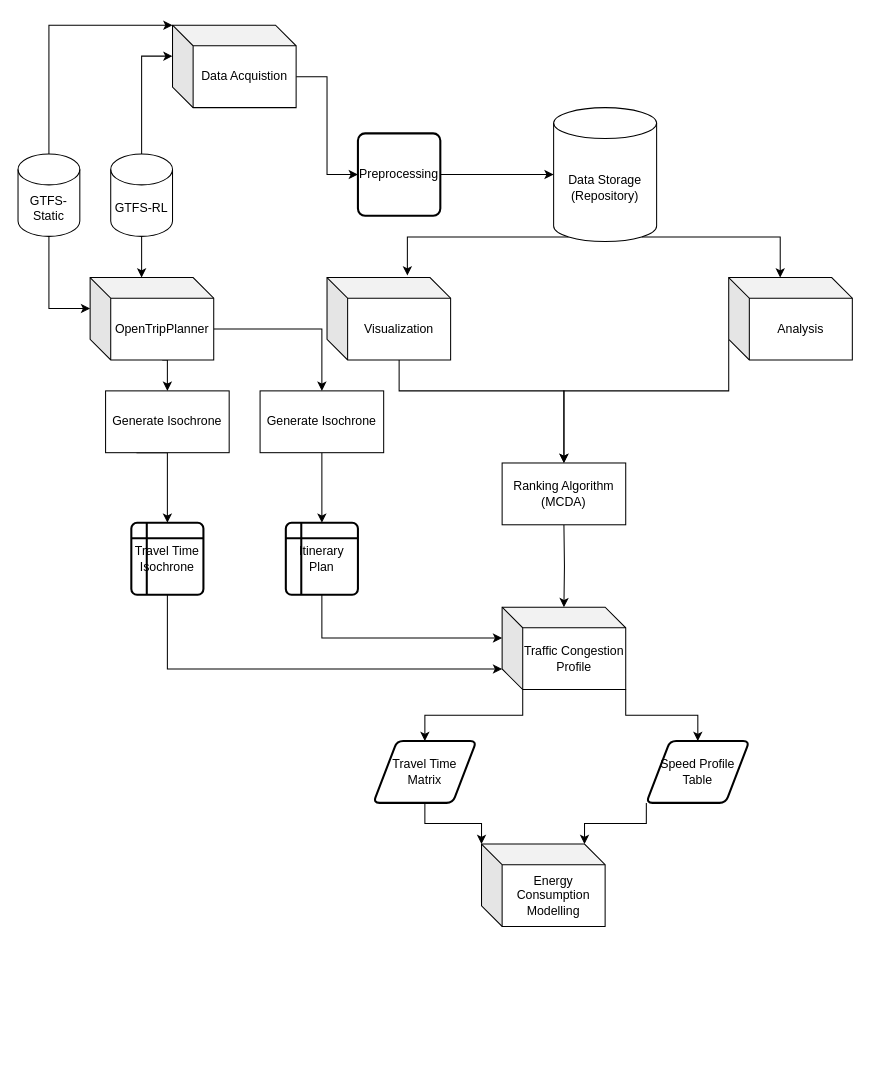
The draw.io diagram Traffic Congestion Profile.drawio in PJPDQ/Engineering-Workflows, before the edit. Source tidied: cells renumbered, new cells numbered last; positions are measured from the earlier drawing's top-left corner, leaving out a move shared by most shapes. Both pictures are drawn from the tidied source at 103%, with x=0, y=0 at pixel (18, 25).
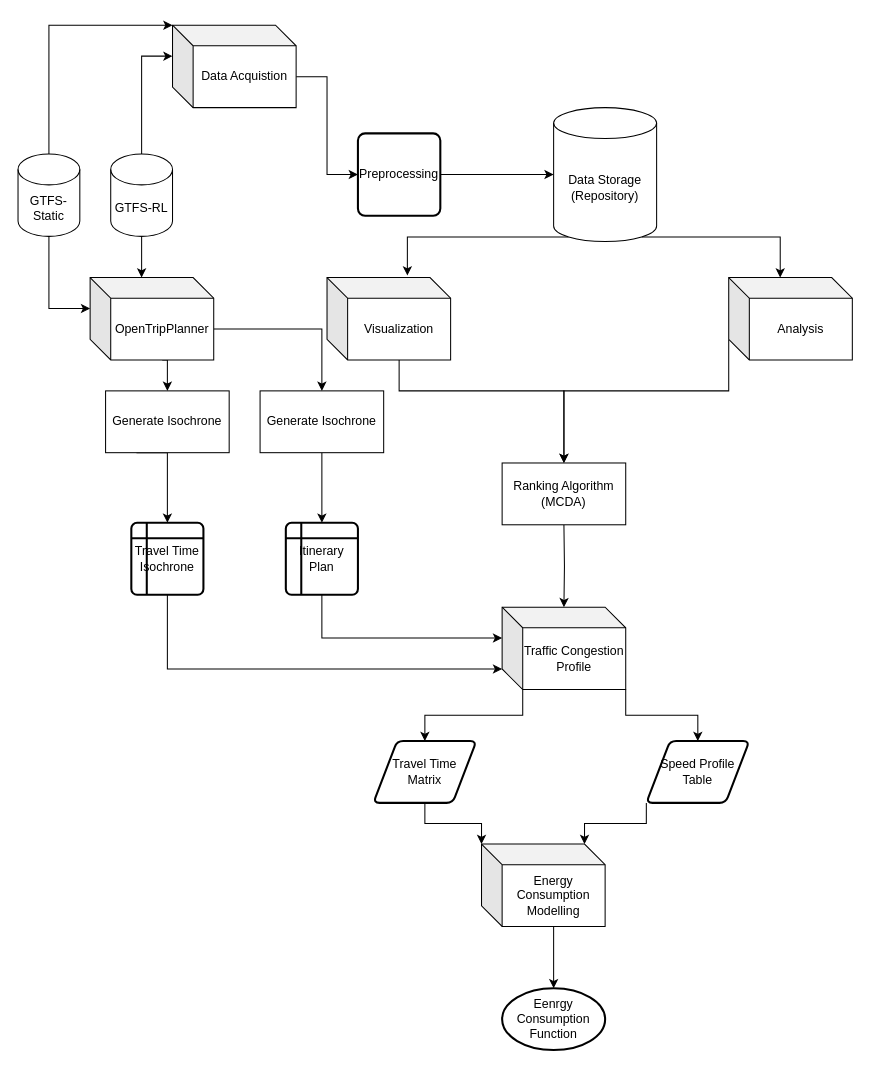
Above is the later version.

Unchanged cells that the change refers to:
```xml
<mxCell id="35" value="Energy Consumption Modelling" style="shape=cube;whiteSpace=wrap;html=1;boundedLbl=1;backgroundOutline=1;darkOpacity=0.05;darkOpacity2=0.1;" parent="1" vertex="1">
  <mxGeometry x="450" y="795" width="120" height="80" as="geometry" />
</mxCell>
```

Change to the diagram source:
```diff
@@
+    <mxCell id="40" style="edgeStyle=orthogonalEdgeStyle;rounded=0;jettySize=auto;html=1;exitX=0;exitY=0;exitDx=70;exitDy=80;exitPerimeter=0;entryX=0.5;entryY=0;entryDx=0;entryDy=0;entryPerimeter=0;" parent="1" edge="1" source="35" target="41">
+      <mxGeometry relative="1" as="geometry" />
+    </mxCell>
@@
+    <mxCell id="41" value="Eenrgy Consumption Function" style="strokeWidth=2;html=1;shape=mxgraph.flowchart.start_1;whiteSpace=wrap;" parent="1" vertex="1">
+      <mxGeometry x="470" y="935" width="100" height="60" as="geometry" />
+    </mxCell>
```
